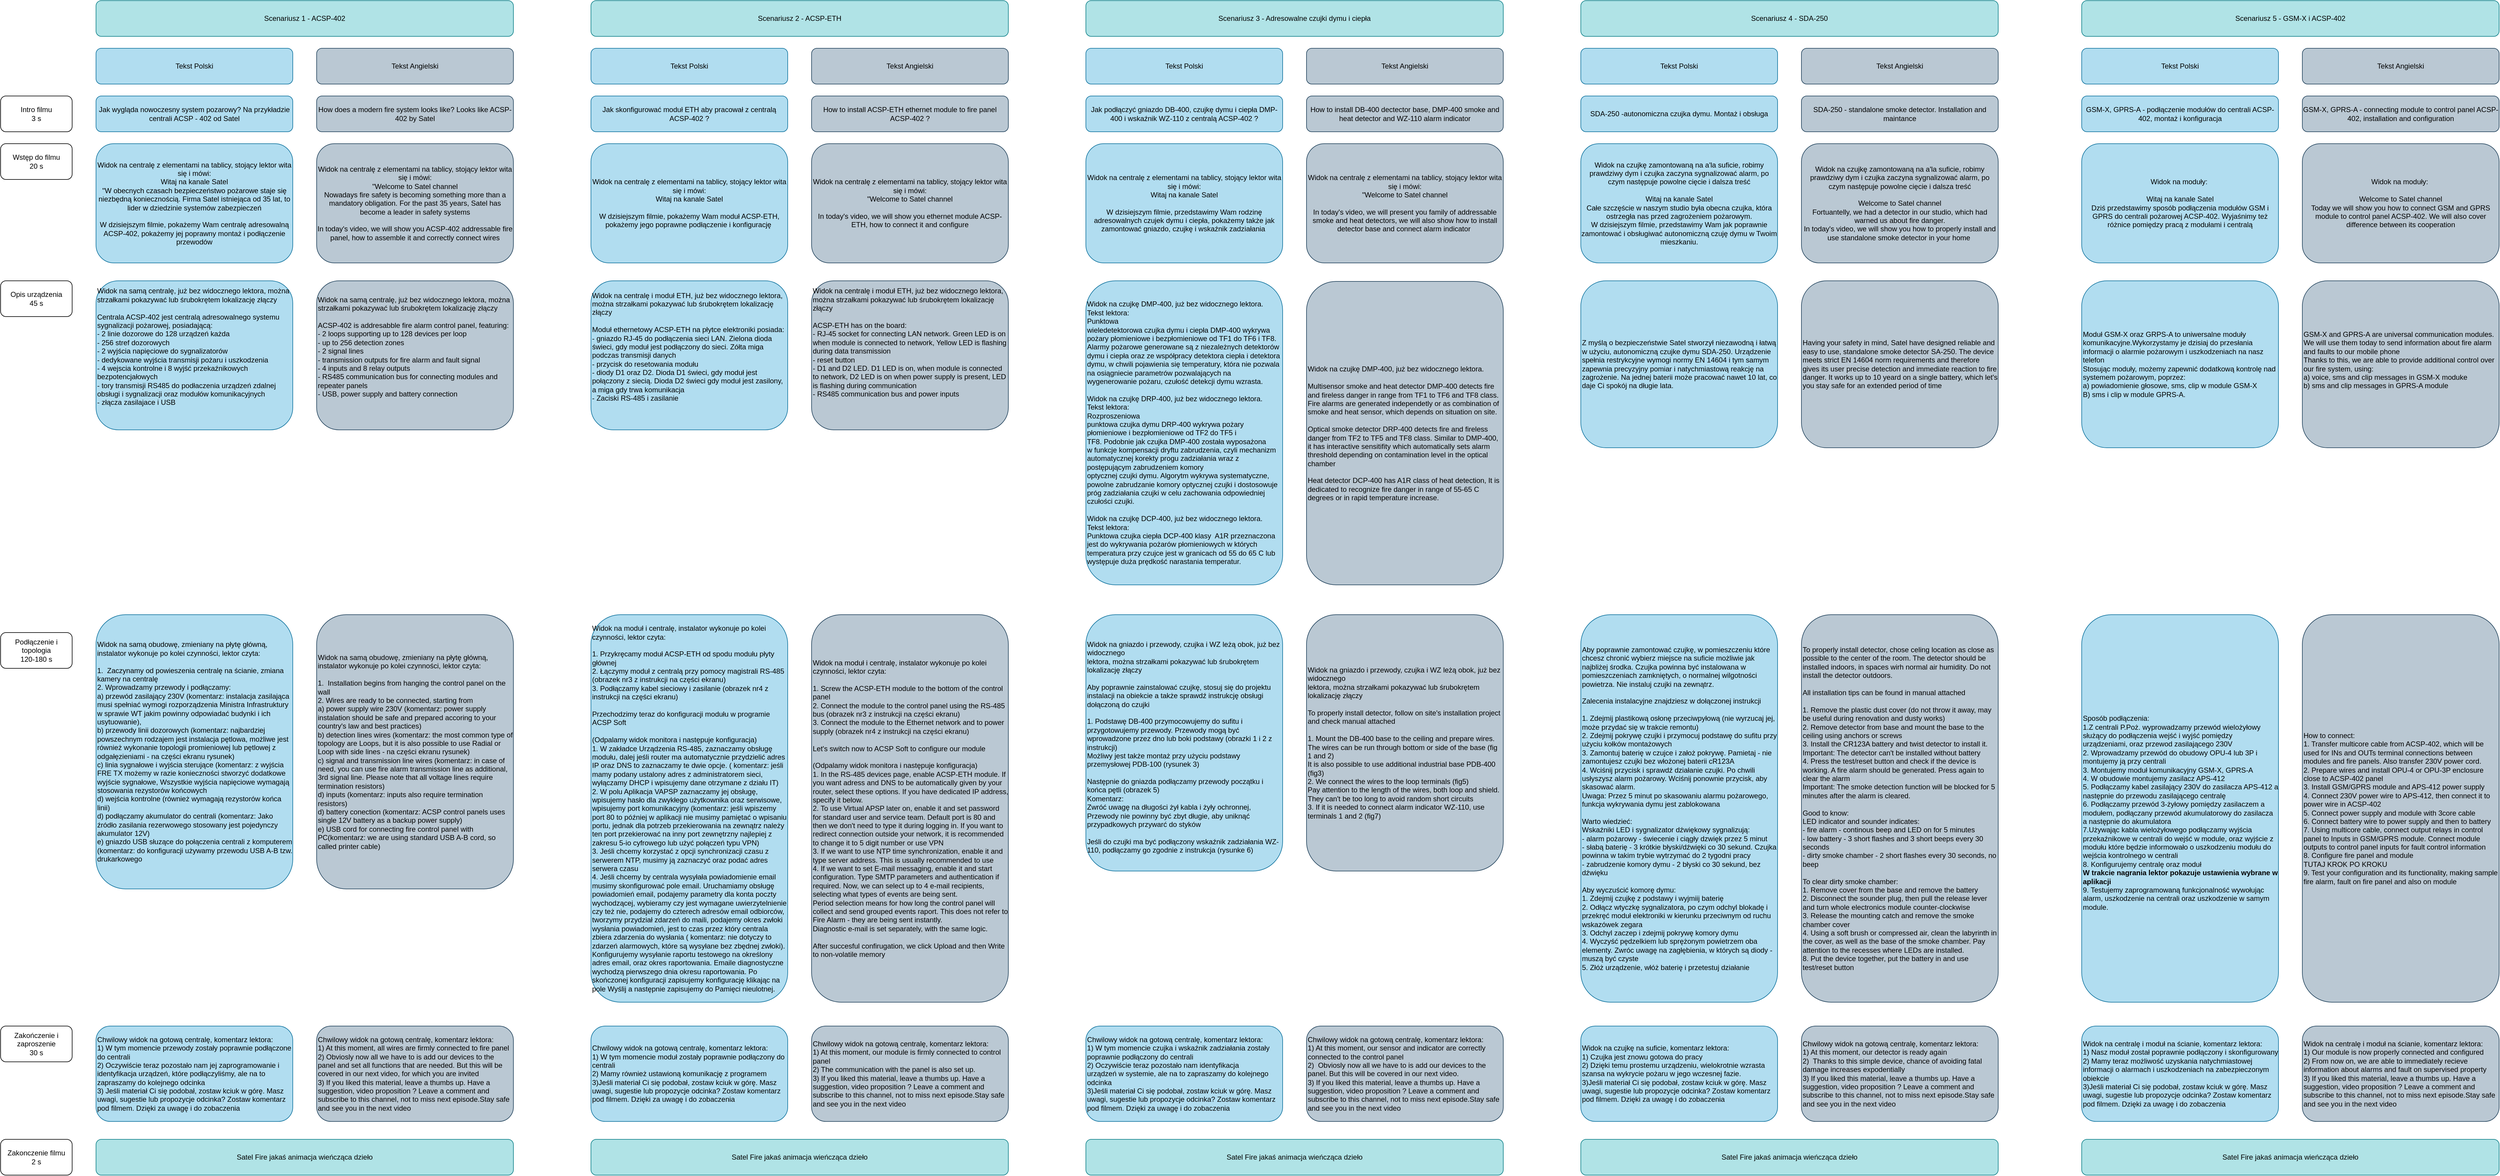
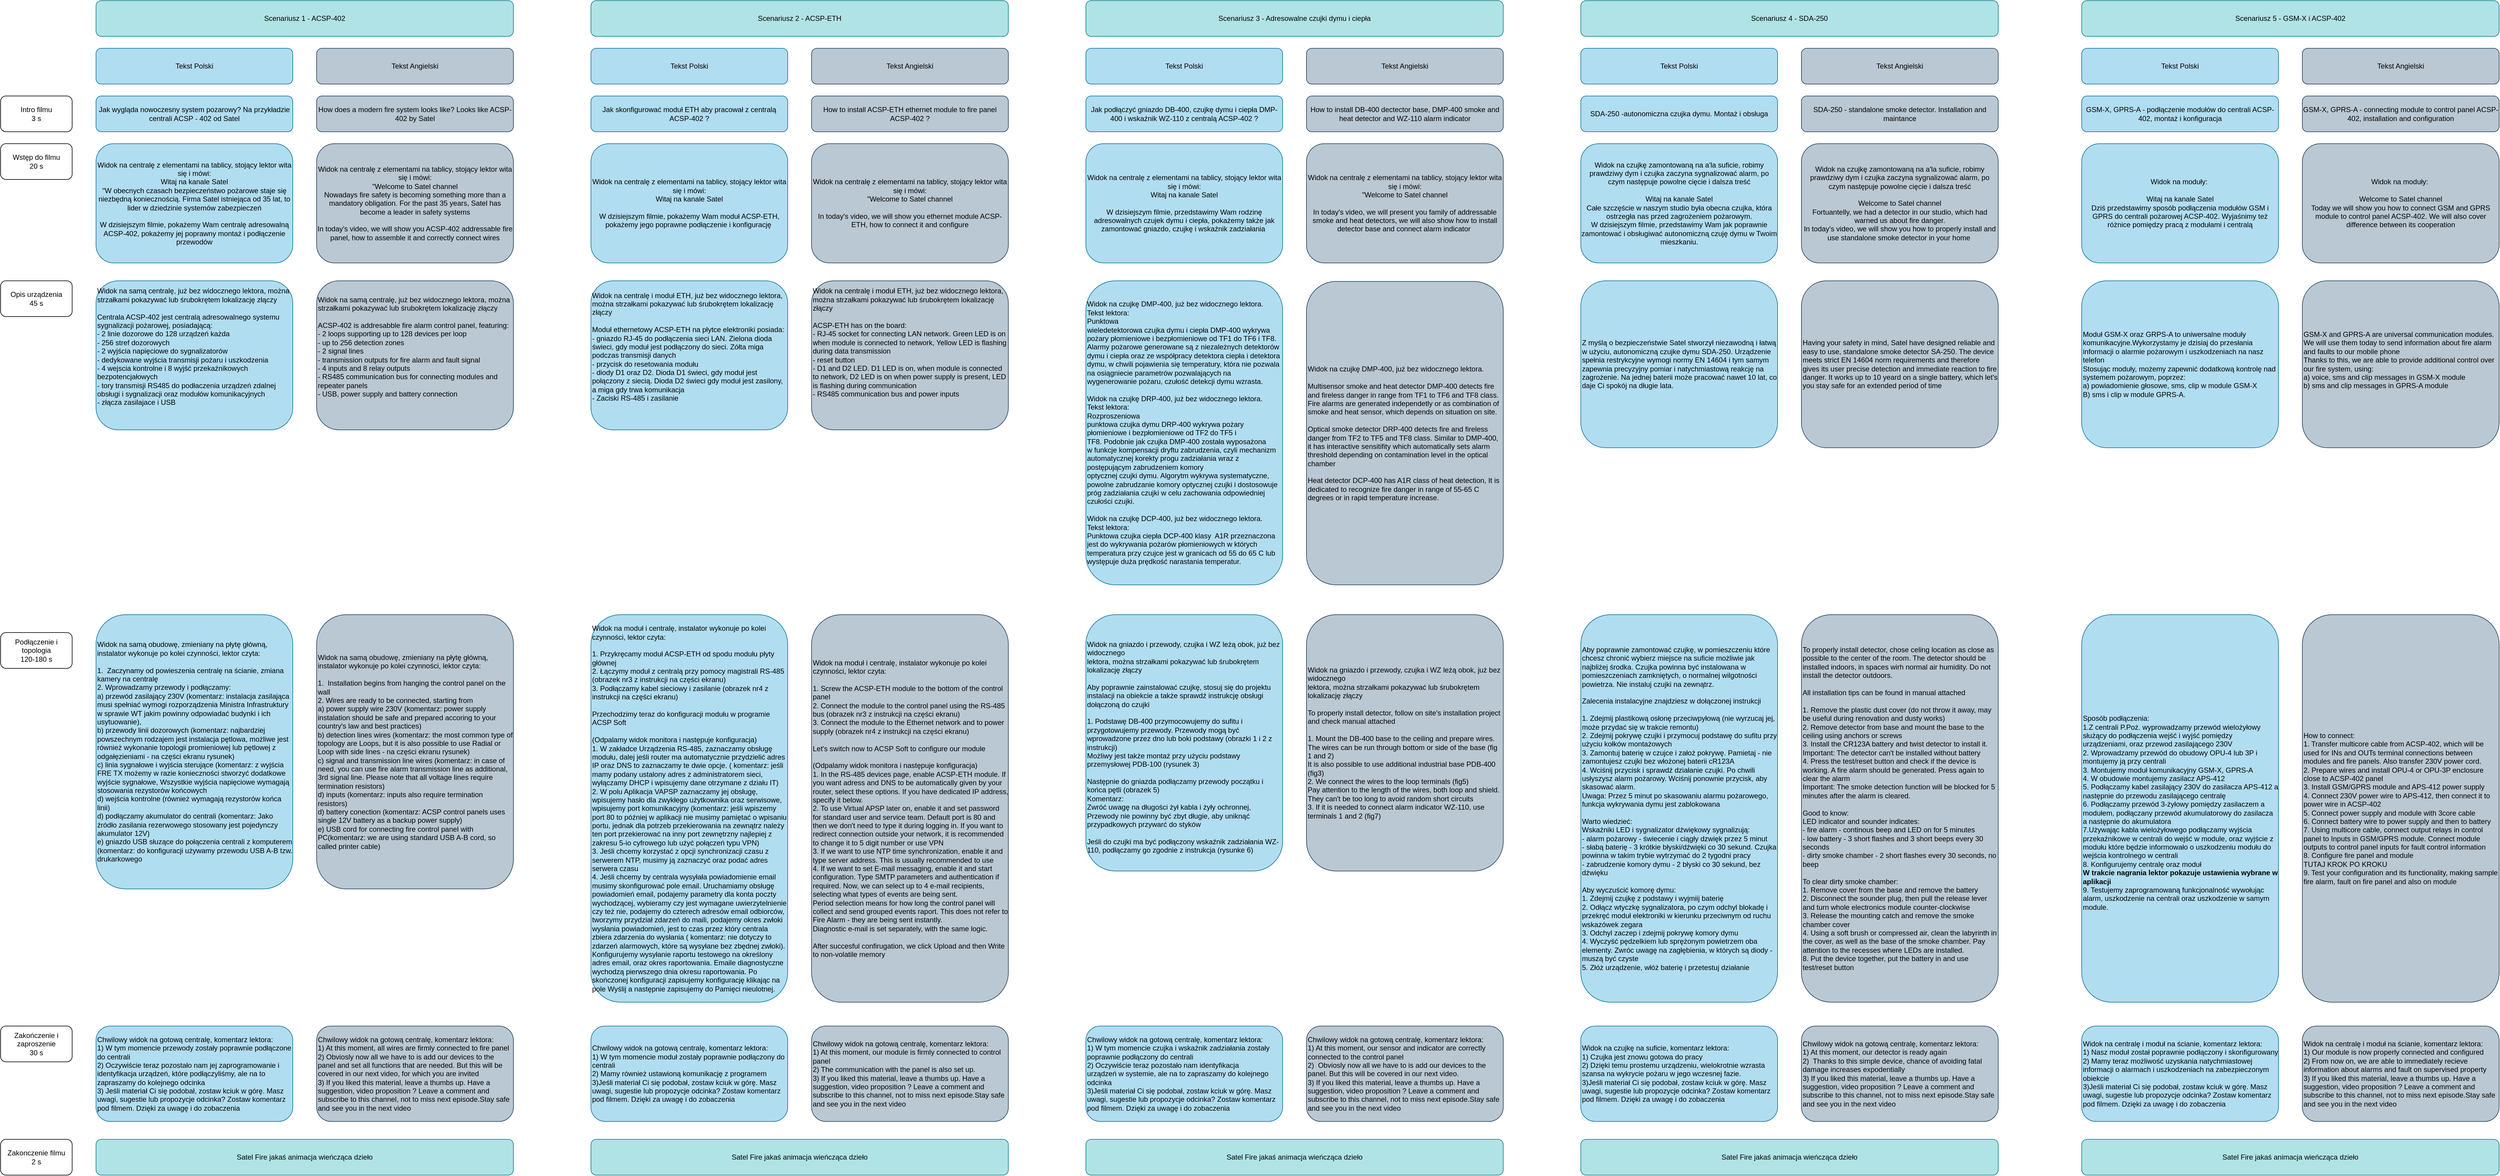
<mxfile host="app.diagrams.net">
  <diagram name="Strona-1" id="z8KAe0LmT8Zc7_pRFNcT">
-     <mxGraphModel dx="520" dy="1884" grid="1" gridSize="10" guides="1" tooltips="1" connect="1" arrows="1" fold="1" page="1" pageScale="1" pageWidth="827" pageHeight="1169" math="0" shadow="0">
+     <mxGraphModel dx="837" dy="2053" grid="1" gridSize="10" guides="1" tooltips="1" connect="1" arrows="1" fold="1" page="1" pageScale="1" pageWidth="827" pageHeight="1169" math="0" shadow="0">
      <root>
        <mxCell id="0" />
        <mxCell id="1" parent="0" />
        <mxCell id="0EHHFv7u1sgkDXgEne3z-1" parent="1" style="rounded=1;whiteSpace=wrap;html=1;align=left;fillColor=#b1ddf0;strokeColor=#10739e;" value="&lt;div align=&quot;left&quot;&gt;Widok na samą obudowę, zmieniany na płytę główną, instalator wykonuje po kolei czynności, lektor czyta:&lt;/div&gt;&lt;div align=&quot;left&quot;&gt;&lt;br&gt;&lt;/div&gt;&lt;div align=&quot;left&quot;&gt;1.&amp;nbsp; Zaczynamy od powieszenia centralę na ścianie, zmiana kamery na centralę&lt;/div&gt;&lt;div align=&quot;left&quot;&gt;2. Wprowadzamy przewody i podłączamy:&amp;nbsp;&lt;/div&gt;&lt;div align=&quot;left&quot;&gt;a) przewód zasilający 230V (komentarz: instalacja zasilająca musi spełniać wymogi rozporządzenia Ministra Infrastruktury w sprawie WT jakim powinny odpowiadać budynki i ich usytuowanie),&amp;nbsp;&lt;/div&gt;&lt;div align=&quot;left&quot;&gt;b) przewody linii dozorowych (komentarz: najbardziej powszechnym rodzajem jest instalacja pętlowa, możliwe jest również wykonanie topologii promieniowej lub pętlowej z odgałęzieniami - na części ekranu rysunek)&lt;/div&gt;&lt;div align=&quot;left&quot;&gt;c) linia sygnałowe i wyjścia sterujące (komentarz: z wyjścia FRE TX możemy w razie konieczności stworzyć dodatkowe wyjście sygnałowe, Wszystkie wyjścia napięciowe wymagają stosowania rezystorów końcowych&lt;/div&gt;&lt;div align=&quot;left&quot;&gt;d) wejścia kontrolne (również wymagają rezystorów końca linii)&lt;/div&gt;&lt;div align=&quot;left&quot;&gt;d) podłączamy akumulator do centrali (komentarz:&amp;nbsp;Jako źródło zasilania rezerwowego stosowany jest pojedynczy akumulator 12V)&lt;/div&gt;&lt;div align=&quot;left&quot;&gt;e) gniazdo USB słuzące do połączenia centrali z komputerem (komentarz: do konfiguracji używamy przewodu USB A-B tzw. drukarkowego&lt;/div&gt;" vertex="1">
          <mxGeometry height="460" width="330" x="1080" y="910" as="geometry" />
        </mxCell>
        <mxCell id="0EHHFv7u1sgkDXgEne3z-2" parent="1" style="rounded=1;whiteSpace=wrap;html=1;fillColor=#b1ddf0;strokeColor=#10739e;" value="&lt;div&gt;Jak wygląda nowoczesny system pozarowy? Na przykładzie centrali ACSP - 402 od Satel&lt;/div&gt;" vertex="1">
          <mxGeometry height="60" width="330" x="1080" y="40" as="geometry" />
        </mxCell>
        <mxCell id="0EHHFv7u1sgkDXgEne3z-3" parent="1" style="rounded=1;whiteSpace=wrap;html=1;" value="&lt;div&gt;Wstęp do filmu&lt;/div&gt;&lt;div&gt;20 s&lt;/div&gt;" vertex="1">
          <mxGeometry height="60" width="120" x="920" y="120" as="geometry" />
        </mxCell>
        <mxCell id="0EHHFv7u1sgkDXgEne3z-4" parent="1" style="rounded=1;whiteSpace=wrap;html=1;fillColor=#b1ddf0;strokeColor=#10739e;" value="&lt;div&gt;Widok na centralę z elementami na tablicy, stojący lektor wita się i mówi:&lt;/div&gt;&lt;div&gt;Witaj na kanale Satel&lt;/div&gt;&lt;div&gt;&quot;W obecnych czasach bezpieczeństwo pożarowe staje się niezbędną koniecznością. Firma Satel istniejąca od 35 lat, to lider w dziedzinie systemów zabezpieczeń&lt;/div&gt;&lt;div&gt;&lt;br&gt;&lt;/div&gt;&lt;div&gt;W dzisiejszym filmie, pokażemy Wam centralę adresowalną ACSP-402, pokażemy jej poprawny montaż i podłączenie przewodów&lt;/div&gt;" vertex="1">
          <mxGeometry height="200" width="330" x="1080" y="120" as="geometry" />
        </mxCell>
        <mxCell id="0EHHFv7u1sgkDXgEne3z-5" parent="1" style="rounded=1;whiteSpace=wrap;html=1;" value="&lt;div&gt;Opis urządzenia&lt;/div&gt;&lt;div&gt;45 s&lt;/div&gt;" vertex="1">
          <mxGeometry height="60" width="120" x="920" y="350" as="geometry" />
        </mxCell>
        <mxCell id="0EHHFv7u1sgkDXgEne3z-6" parent="1" style="rounded=1;whiteSpace=wrap;html=1;align=left;fillColor=#b1ddf0;strokeColor=#10739e;" value="&lt;div align=&quot;left&quot;&gt;Widok na samą centralę, już bez widocznego lektora, można strzałkami pokazywać lub śrubokrętem lokalizację złączy&lt;/div&gt;&lt;div align=&quot;left&quot;&gt;&lt;br&gt;&lt;/div&gt;&lt;div align=&quot;left&quot;&gt;Centrala ACSP-402 jest centralą adresowalnego systemu sygnalizacji pożarowej, posiadającą:&lt;/div&gt;&lt;div align=&quot;left&quot;&gt;- 2 linie dozorowe do 128 urządzeń każda&lt;/div&gt;&lt;div align=&quot;left&quot;&gt;- 256 stref dozorowych&lt;/div&gt;&lt;div align=&quot;left&quot;&gt;- 2 wyjścia napięciowe do sygnalizatorów&lt;/div&gt;&lt;div align=&quot;left&quot;&gt;- dedykowane wyjścia transmisji pożaru i uszkodzenia&lt;/div&gt;&lt;div align=&quot;left&quot;&gt;- 4 wejscia kontrolne i 8 wyjść przekaźnikowych bezpotencjałowych&lt;/div&gt;&lt;div align=&quot;left&quot;&gt;- tory transmisji RS485 do podłaczenia urządzeń zdalnej obsługi i sygnalizacji oraz modułów komunikacyjnych&amp;nbsp;&lt;/div&gt;&lt;div align=&quot;left&quot;&gt;- złącza zasilajace i USB&lt;/div&gt;&lt;div align=&quot;left&quot;&gt;&lt;br&gt;&lt;/div&gt;&lt;div align=&quot;left&quot;&gt;&lt;br&gt;&lt;/div&gt;" vertex="1">
          <mxGeometry height="250" width="330" x="1080" y="350" as="geometry" />
        </mxCell>
        <mxCell id="0EHHFv7u1sgkDXgEne3z-7" parent="1" style="rounded=1;whiteSpace=wrap;html=1;" value="&lt;div&gt;Podłączenie i topologia&lt;/div&gt;&lt;div&gt;120-180 s&lt;/div&gt;" vertex="1">
          <mxGeometry height="60" width="120" x="920" y="940" as="geometry" />
        </mxCell>
        <mxCell id="0EHHFv7u1sgkDXgEne3z-8" parent="1" style="rounded=1;whiteSpace=wrap;html=1;" value="&lt;div&gt;Intro filmu&lt;/div&gt;&lt;div&gt;3 s&lt;/div&gt;" vertex="1">
          <mxGeometry height="60" width="120" x="920" y="40" as="geometry" />
        </mxCell>
        <mxCell id="0EHHFv7u1sgkDXgEne3z-9" parent="1" style="rounded=1;whiteSpace=wrap;html=1;fillColor=#b1ddf0;strokeColor=#10739e;" value="Tekst Polski" vertex="1">
          <mxGeometry height="60" width="330" x="1080" y="-40" as="geometry" />
        </mxCell>
        <mxCell id="0EHHFv7u1sgkDXgEne3z-10" parent="1" style="rounded=1;whiteSpace=wrap;html=1;fillColor=#bac8d3;strokeColor=#23445d;" value="Tekst Angielski" vertex="1">
          <mxGeometry height="60" width="330" x="1450" y="-40" as="geometry" />
        </mxCell>
        <mxCell id="0EHHFv7u1sgkDXgEne3z-11" parent="1" style="rounded=1;whiteSpace=wrap;html=1;fillColor=#b0e3e6;strokeColor=#0e8088;" value="Scenariusz 1 - ACSP-402" vertex="1">
          <mxGeometry height="60" width="700" x="1080" y="-120" as="geometry" />
        </mxCell>
        <mxCell id="0EHHFv7u1sgkDXgEne3z-12" parent="1" style="rounded=1;whiteSpace=wrap;html=1;" value="&lt;div&gt;Zakończenie i zaproszenie&lt;/div&gt;&lt;div&gt;30 s&lt;/div&gt;" vertex="1">
          <mxGeometry height="60" width="120" x="920" y="1600" as="geometry" />
        </mxCell>
        <mxCell id="0EHHFv7u1sgkDXgEne3z-13" parent="1" style="rounded=1;whiteSpace=wrap;html=1;align=left;fillColor=#b1ddf0;strokeColor=#10739e;" value="&lt;div&gt;Chwilowy widok na gotową centralę, komentarz lektora:&lt;/div&gt;&lt;div&gt;1) W tym momencie przewody zostały poprawnie podłączone do centrali&lt;/div&gt;&lt;div&gt;2) Oczywiście teraz pozostało nam jej zaprogramowanie i identyfikacja urządzeń, które podłączyliśmy, ale na to zapraszamy do kolejnego odcinka&lt;/div&gt;&lt;div&gt;3) Jeśli materiał Ci się podobał, zostaw kciuk w górę. Masz uwagi, sugestie lub propozycje odcinka? Zostaw komentarz pod filmem. Dzięki za uwagę i do zobaczenia&lt;/div&gt;" vertex="1">
          <mxGeometry height="160" width="330" x="1080" y="1600" as="geometry" />
        </mxCell>
        <mxCell id="0EHHFv7u1sgkDXgEne3z-14" parent="1" style="rounded=1;whiteSpace=wrap;html=1;fillColor=#b0e3e6;strokeColor=#0e8088;" value="Satel Fire jakaś animacja wieńcząca dzieło" vertex="1">
          <mxGeometry height="60" width="700" x="1080" y="1790" as="geometry" />
        </mxCell>
        <mxCell id="0EHHFv7u1sgkDXgEne3z-15" parent="1" style="rounded=1;whiteSpace=wrap;html=1;" value="&lt;div&gt;Zakonczenie filmu&lt;/div&gt;&lt;div&gt;2 s&lt;/div&gt;" vertex="1">
          <mxGeometry height="60" width="120" x="920" y="1790" as="geometry" />
        </mxCell>
        <mxCell id="0EHHFv7u1sgkDXgEne3z-16" parent="1" style="rounded=1;whiteSpace=wrap;html=1;align=left;fillColor=#bac8d3;strokeColor=#23445d;" value="&lt;div&gt;Chwilowy widok na gotową centralę, komentarz lektora:&lt;/div&gt;&lt;div&gt;1) At this moment, all wires are firmly connected to fire panel&lt;/div&gt;&lt;div&gt;2) Obviosly now all we have to is add our devices to the panel and set all functions that are needed. But this will be covered in our next video, for which you are invited&amp;nbsp;&lt;/div&gt;&lt;div&gt;3) If you liked this material, leave a thumbs up. Have a suggestion, video proposition ? Leave a comment and subscribe to this channel, not to miss next episode.Stay safe and see you in the next video&lt;/div&gt;" vertex="1">
          <mxGeometry height="160" width="330" x="1450" y="1600" as="geometry" />
        </mxCell>
        <mxCell id="0EHHFv7u1sgkDXgEne3z-17" parent="1" style="rounded=1;whiteSpace=wrap;html=1;fillColor=#bac8d3;strokeColor=#23445d;" value="How does a modern fire system looks like? Looks like ACSP-402 by Satel" vertex="1">
          <mxGeometry height="60" width="330" x="1450" y="40" as="geometry" />
        </mxCell>
        <mxCell id="0EHHFv7u1sgkDXgEne3z-18" parent="1" style="rounded=1;whiteSpace=wrap;html=1;fillColor=#bac8d3;strokeColor=#23445d;" value="&lt;div&gt;Widok na centralę z elementami na tablicy, stojący lektor wita się i mówi:&lt;/div&gt;&lt;div&gt;&quot;Welcome to Satel channel&lt;/div&gt;&lt;div&gt;Nowadays fire safety is becoming something more than a mandatory obligation. For the past 35 years, Satel has become a leader in safety systems&lt;/div&gt;&lt;div&gt;&lt;br&gt;&lt;/div&gt;&lt;div&gt;In today&#39;s video, we will show you ACSP-402 addressable fire panel, how to assemble it and correctly connect wires&lt;/div&gt;" vertex="1">
          <mxGeometry height="200" width="330" x="1450" y="120" as="geometry" />
        </mxCell>
        <mxCell id="0EHHFv7u1sgkDXgEne3z-19" parent="1" style="rounded=1;whiteSpace=wrap;html=1;align=left;fillColor=#bac8d3;strokeColor=#23445d;" value="&lt;div align=&quot;left&quot;&gt;Widok na samą centralę, już bez widocznego lektora, można strzałkami pokazywać lub śrubokrętem lokalizację złączy&lt;/div&gt;&lt;div align=&quot;left&quot;&gt;&lt;br&gt;&lt;/div&gt;&lt;div align=&quot;left&quot;&gt;ACSP-402&amp;nbsp;is addresabble fire alarm control panel, featuring:&lt;/div&gt;&lt;div align=&quot;left&quot;&gt;- 2 loops supporting up to 128 devices per loop&lt;/div&gt;&lt;div align=&quot;left&quot;&gt;- up to 256 detection zones&lt;/div&gt;&lt;div align=&quot;left&quot;&gt;- 2 signal lines&lt;/div&gt;&lt;div align=&quot;left&quot;&gt;- transmission outputs for fire alarm and fault signal&lt;/div&gt;&lt;div align=&quot;left&quot;&gt;- 4 inputs and 8 relay outputs&lt;/div&gt;&lt;div align=&quot;left&quot;&gt;- RS485 communication bus for connecting modules and repeater panels&amp;nbsp;&lt;/div&gt;&lt;div align=&quot;left&quot;&gt;- USB, power supply and battery connection&lt;/div&gt;&lt;div align=&quot;left&quot;&gt;&lt;br&gt;&lt;/div&gt;&lt;div align=&quot;left&quot;&gt;&lt;br&gt;&lt;/div&gt;" vertex="1">
          <mxGeometry height="250" width="330" x="1450" y="350" as="geometry" />
        </mxCell>
        <mxCell id="0EHHFv7u1sgkDXgEne3z-20" parent="1" style="rounded=1;whiteSpace=wrap;html=1;align=left;fillColor=#bac8d3;strokeColor=#23445d;" value="&lt;div align=&quot;left&quot;&gt;Widok na samą obudowę, zmieniany na płytę główną, instalator wykonuje po kolei czynności, lektor czyta:&lt;/div&gt;&lt;div align=&quot;left&quot;&gt;&lt;br&gt;&lt;/div&gt;&lt;div align=&quot;left&quot;&gt;1.&amp;nbsp; Installation begins from hanging the control panel on the wall&lt;/div&gt;&lt;div align=&quot;left&quot;&gt;2. Wires are ready to be connected, starting from&lt;/div&gt;&lt;div align=&quot;left&quot;&gt;a) power supply wire 230V (komentarz: power supply instalation should be safe and prepared accoring to your country&#39;s law and best practices)&lt;/div&gt;&lt;div align=&quot;left&quot;&gt;b) detection lines wires (komentarz: the most common type of topology are Loops, but it is also possible to use Radial or Loop with side lines - na części ekranu rysunek)&lt;/div&gt;&lt;div align=&quot;left&quot;&gt;c) signal and transmission line wires (komentarz: in case of need, you can use fire alarm transmission line as additional, 3rd signal line. Please note that all voltage lines require termination resistors)&lt;/div&gt;&lt;div align=&quot;left&quot;&gt;d) inputs (komentarz: inputs also require termination resistors)&lt;/div&gt;&lt;div align=&quot;left&quot;&gt;d) battery conection (komentarz: ACSP control panels uses single 12V battery as a backup power supply)&lt;/div&gt;&lt;div align=&quot;left&quot;&gt;e) USB cord for connecting fire control panel with PC(komentarz: we are using standard USB A-B cord, so called printer cable)&lt;/div&gt;" vertex="1">
          <mxGeometry height="460" width="330" x="1450" y="910" as="geometry" />
        </mxCell>
        <mxCell id="6_1prXv-E_gUM5x_UOCS-1" parent="1" style="rounded=1;whiteSpace=wrap;html=1;align=left;fillColor=#b1ddf0;strokeColor=#10739e;" value="&lt;div align=&quot;left&quot;&gt;Widok na moduł i centralę, instalator wykonuje po kolei czynności, lektor czyta:&lt;/div&gt;&lt;div align=&quot;left&quot;&gt;&lt;br&gt;&lt;/div&gt;&lt;div align=&quot;left&quot;&gt;1. Przykręcamy moduł ACSP-ETH od spodu modułu płyty głównej&lt;/div&gt;&lt;div align=&quot;left&quot;&gt;2. Łączymy moduł z centralą przy pomocy magistrali RS-485 (obrazek nr3 z instrukcji na części ekranu)&lt;/div&gt;&lt;div align=&quot;left&quot;&gt;3. Podłączamy kabel sieciowy i zasilanie (obrazek nr4 z instrukcji na części ekranu)&amp;nbsp;&lt;/div&gt;&lt;div align=&quot;left&quot;&gt;&lt;br&gt;&lt;/div&gt;&lt;div align=&quot;left&quot;&gt;Przechodzimy teraz do konfiguracji modułu w programie ACSP Soft&lt;/div&gt;&lt;div align=&quot;left&quot;&gt;&lt;br&gt;&lt;/div&gt;&lt;div align=&quot;left&quot;&gt;(Odpalamy widok monitora i następuje konfiguracja)&lt;/div&gt;&lt;div align=&quot;left&quot;&gt;1. W zakładce Urządzenia RS-485, zaznaczamy obsługę modułu, dalej jeśli router ma automatycznie przydzielić adres IP oraz DNS to zaznaczamy te dwie opcje. ( komentarz: jeśli mamy podany ustalony adres z administratorem sieci, wyłączamy DHCP i wpisujemy dane otrzymane z działu IT)&lt;/div&gt;&lt;div align=&quot;left&quot;&gt;2. W polu Aplikacja VAPSP zaznaczamy jej obsługę, wpisujemy hasło dla zwykłego użytkownika oraz serwisowe, wpisujemy port komunikacyjny (komentarz: jeśli wpiszemy port 80 to później w aplikacji nie musimy pamiętać o wpisaniu portu, jednak dla potrzeb przekierowania na zewnątrz należy ten port przekierować na inny port zewnętrzny najlepiej z zakresu 5-io cyfrowego lub użyć połączeń typu VPN)&lt;/div&gt;&lt;div align=&quot;left&quot;&gt;3. Jeśli chcemy korzystać z opcji synchronizacji czasu z serwerem NTP, musimy ją zaznaczyć oraz podać adres serwera czasu&lt;/div&gt;&lt;div align=&quot;left&quot;&gt;4. Jeśli chcemy by centrala wysyłała powiadomienie email musimy skonfigurować pole email. Uruchamiamy obsługę powiadomień email, podajemy parametry dla konta poczty wychodzącej, wybieramy czy jest wymagane uwierzytelnienie czy też nie, podajemy do czterech adresów email odbiorców, tworzymy przydział zdarzeń do maili, podajemy okres zwłoki wysłania powiadomień, jest to czas przez który centrala zbiera zdarzenia do wysłania ( komentarz: nie dotyczy to zdarzeń alarmowych, które są wysyłane bez zbędnej zwłoki). Konfigurujemy wysyłanie raportu testowego na określony adres email, oraz okres raportowania. Emaile diagnostyczne wychodzą pierwszego dnia okresu raportowania. Po skończonej konfiguracji zapisujemy konfigurację klikając na pole Wyślij a następnie zapisujemy do Pamięci nieulotnej.&lt;/div&gt;" vertex="1">
          <mxGeometry height="650" width="330" x="1910" y="910" as="geometry" />
        </mxCell>
        <mxCell id="6_1prXv-E_gUM5x_UOCS-2" parent="1" style="rounded=1;whiteSpace=wrap;html=1;fillColor=#b1ddf0;strokeColor=#10739e;" value="Jak skonfigurować moduł ETH aby pracował z centralą ACSP-402 ?" vertex="1">
          <mxGeometry height="60" width="330" x="1910" y="40" as="geometry" />
        </mxCell>
        <mxCell id="6_1prXv-E_gUM5x_UOCS-3" parent="1" style="rounded=1;whiteSpace=wrap;html=1;fillColor=#b1ddf0;strokeColor=#10739e;" value="&lt;div&gt;Widok na centralę z elementami na tablicy, stojący lektor wita się i mówi:&lt;/div&gt;&lt;div&gt;Witaj na kanale Satel&lt;/div&gt;&lt;div&gt;&lt;br&gt;&lt;/div&gt;&lt;div&gt;W dzisiejszym filmie, pokażemy Wam moduł ACSP-ETH, pokażemy jego poprawne podłączenie i konfigurację&amp;nbsp;&lt;/div&gt;" vertex="1">
          <mxGeometry height="200" width="330" x="1910" y="120" as="geometry" />
        </mxCell>
        <mxCell id="6_1prXv-E_gUM5x_UOCS-4" parent="1" style="rounded=1;whiteSpace=wrap;html=1;align=left;fillColor=#b1ddf0;strokeColor=#10739e;" value="&lt;div align=&quot;left&quot;&gt;Widok na centralę i moduł ETH, już bez widocznego lektora, można strzałkami pokazywać lub śrubokrętem lokalizację złączy&lt;/div&gt;&lt;div align=&quot;left&quot;&gt;&lt;br&gt;&lt;/div&gt;&lt;div align=&quot;left&quot;&gt;Moduł ethernetowy ACSP-ETH na płytce elektroniki posiada:&lt;/div&gt;&lt;div align=&quot;left&quot;&gt;- gniazdo RJ-45 do podłączenia sieci LAN. Zielona dioda świeci, gdy moduł jest podłączony do sieci. Zółta miga podczas transmisji danych&lt;/div&gt;&lt;div align=&quot;left&quot;&gt;- przycisk do resetowania modułu&lt;/div&gt;&lt;div align=&quot;left&quot;&gt;- diody D1 oraz D2. Dioda D1 świeci, gdy moduł jest połączony z siecią. Dioda D2 świeci gdy moduł jest zasilony, a miga gdy trwa komunikacja&lt;/div&gt;&lt;div align=&quot;left&quot;&gt;- Zaciski RS-485 i zasilanie&lt;/div&gt;&lt;div align=&quot;left&quot;&gt;&lt;br&gt;&lt;/div&gt;&lt;div align=&quot;left&quot;&gt;&lt;br&gt;&lt;/div&gt;" vertex="1">
          <mxGeometry height="250" width="330" x="1910" y="350" as="geometry" />
        </mxCell>
        <mxCell id="6_1prXv-E_gUM5x_UOCS-5" parent="1" style="rounded=1;whiteSpace=wrap;html=1;fillColor=#b1ddf0;strokeColor=#10739e;" value="Tekst Polski" vertex="1">
          <mxGeometry height="60" width="330" x="1910" y="-40" as="geometry" />
        </mxCell>
        <mxCell id="6_1prXv-E_gUM5x_UOCS-6" parent="1" style="rounded=1;whiteSpace=wrap;html=1;fillColor=#bac8d3;strokeColor=#23445d;" value="Tekst Angielski" vertex="1">
          <mxGeometry height="60" width="330" x="2280" y="-40" as="geometry" />
        </mxCell>
        <mxCell id="6_1prXv-E_gUM5x_UOCS-7" parent="1" style="rounded=1;whiteSpace=wrap;html=1;fillColor=#b0e3e6;strokeColor=#0e8088;" value="Scenariusz 2 - ACSP-ETH" vertex="1">
          <mxGeometry height="60" width="700" x="1910" y="-120" as="geometry" />
        </mxCell>
        <mxCell id="6_1prXv-E_gUM5x_UOCS-8" parent="1" style="rounded=1;whiteSpace=wrap;html=1;align=left;fillColor=#b1ddf0;strokeColor=#10739e;" value="&lt;div&gt;Chwilowy widok na gotową centralę, komentarz lektora:&lt;/div&gt;&lt;div&gt;1) W tym momencie moduł zostały poprawnie podłączony do centrali&lt;/div&gt;&lt;div&gt;2) Mamy również ustawioną komunikację z programem&lt;/div&gt;&lt;div&gt;3)Jeśli materiał Ci się podobał, zostaw kciuk w górę. Masz uwagi, sugestie lub propozycje odcinka? Zostaw komentarz pod filmem. Dzięki za uwagę i do zobaczenia&lt;/div&gt;" vertex="1">
          <mxGeometry height="160" width="330" x="1910" y="1600" as="geometry" />
        </mxCell>
        <mxCell id="6_1prXv-E_gUM5x_UOCS-9" parent="1" style="rounded=1;whiteSpace=wrap;html=1;fillColor=#b0e3e6;strokeColor=#0e8088;" value="Satel Fire jakaś animacja wieńcząca dzieło" vertex="1">
          <mxGeometry height="60" width="700" x="1910" y="1790" as="geometry" />
        </mxCell>
        <mxCell id="6_1prXv-E_gUM5x_UOCS-10" parent="1" style="rounded=1;whiteSpace=wrap;html=1;align=left;fillColor=#bac8d3;strokeColor=#23445d;" value="&lt;div&gt;Chwilowy widok na gotową centralę, komentarz lektora:&lt;/div&gt;&lt;div&gt;1) At this moment, our module is firmly connected to control panel&lt;/div&gt;&lt;div&gt;2) The communication with the panel is also set up.&lt;/div&gt;&lt;div&gt;3) If you liked this material, leave a thumbs up. Have a suggestion, video proposition ? Leave a comment and subscribe to this channel, not to miss next episode.Stay safe and see you in the next video&lt;/div&gt;" vertex="1">
          <mxGeometry height="160" width="330" x="2280" y="1600" as="geometry" />
        </mxCell>
        <mxCell id="6_1prXv-E_gUM5x_UOCS-11" parent="1" style="rounded=1;whiteSpace=wrap;html=1;fillColor=#bac8d3;strokeColor=#23445d;" value="How to install ACSP-ETH ethernet module to fire panel ACSP-402 ?" vertex="1">
          <mxGeometry height="60" width="330" x="2280" y="40" as="geometry" />
        </mxCell>
        <mxCell id="6_1prXv-E_gUM5x_UOCS-12" parent="1" style="rounded=1;whiteSpace=wrap;html=1;fillColor=#bac8d3;strokeColor=#23445d;" value="&lt;div&gt;Widok na centralę z elementami na tablicy, stojący lektor wita się i mówi:&lt;/div&gt;&lt;div&gt;&quot;Welcome to Satel channel&lt;/div&gt;&lt;div&gt;&lt;br&gt;&lt;/div&gt;&lt;div&gt;In today&#39;s video, we will show you ethernet module ACSP-ETH, how to connect it and configure&lt;/div&gt;" vertex="1">
          <mxGeometry height="200" width="330" x="2280" y="120" as="geometry" />
        </mxCell>
        <mxCell id="6_1prXv-E_gUM5x_UOCS-13" parent="1" style="rounded=1;whiteSpace=wrap;html=1;align=left;fillColor=#bac8d3;strokeColor=#23445d;" value="&lt;div align=&quot;left&quot;&gt;Widok na centralę i moduł ETH, już bez widocznego lektora, można strzałkami pokazywać lub śrubokrętem lokalizację złączy&lt;/div&gt;&lt;div align=&quot;left&quot;&gt;&lt;br&gt;&lt;/div&gt;&lt;div align=&quot;left&quot;&gt;ACSP-ETH has on the board:&lt;/div&gt;&lt;div align=&quot;left&quot;&gt;- RJ-45 socket for connecting LAN network. Green LED is on when module is connected to network, Yellow LED is flashing during data transmission&lt;/div&gt;&lt;div align=&quot;left&quot;&gt;- reset button&lt;/div&gt;&lt;div align=&quot;left&quot;&gt;- D1 and D2 LED. D1 LED is on, when module is connected to network, D2 LED is on when power supply is present, LED is flashing during communication&lt;/div&gt;&lt;div align=&quot;left&quot;&gt;-&amp;nbsp;RS485 communication bus and power inputs&lt;/div&gt;&lt;div align=&quot;left&quot;&gt;&lt;br&gt;&lt;/div&gt;&lt;div align=&quot;left&quot;&gt;&lt;br&gt;&lt;br&gt;&lt;/div&gt;" vertex="1">
          <mxGeometry height="250" width="330" x="2280" y="350" as="geometry" />
        </mxCell>
        <mxCell id="6_1prXv-E_gUM5x_UOCS-14" parent="1" style="rounded=1;whiteSpace=wrap;html=1;align=left;fillColor=#bac8d3;strokeColor=#23445d;" value="&lt;br&gt;&lt;div align=&quot;left&quot;&gt;Widok na moduł i centralę, instalator wykonuje po kolei czynności, lektor czyta:&lt;/div&gt;&lt;div align=&quot;left&quot;&gt;&lt;br&gt;&lt;/div&gt;&lt;div align=&quot;left&quot;&gt;1. Screw the ACSP-ETH module to the bottom of the control panel&lt;/div&gt;&lt;div align=&quot;left&quot;&gt;2. Connect the module to the control panel using the RS-485 bus (obrazek nr3 z instrukcji na części ekranu)&lt;div align=&quot;left&quot;&gt;3. Connect the module to the Ethernet network and to power supply (obrazek nr4 z instrukcji na części ekranu)&amp;nbsp;&lt;/div&gt;&lt;/div&gt;&lt;div align=&quot;left&quot;&gt;&lt;br&gt;&lt;/div&gt;&lt;div align=&quot;left&quot;&gt;Let&#39;s switch now to ACSP Soft to configure our module&lt;/div&gt;&lt;div align=&quot;left&quot;&gt;&lt;br&gt;&lt;/div&gt;&lt;div align=&quot;left&quot;&gt;(Odpalamy widok monitora i następuje konfiguracja)&lt;/div&gt;&lt;div align=&quot;left&quot;&gt;1. In the RS-485 devices page, enable ACSP-ETH module. If you want adress and DNS to be automatically given by your router, select these options. If you have dedicated IP address, specify it below.&lt;/div&gt;&lt;div align=&quot;left&quot;&gt;2. To use Virtual APSP later on, enable it and set password for standard user and service team. Default port is 80 and then we don&#39;t need to type it during logging in. If you want to redirect connection outside your network, it is recommended to change it to 5 digit number or use VPN&lt;/div&gt;&lt;div align=&quot;left&quot;&gt;3. If we want to use NTP time synchronization, enable it and type server address. This is usually recommended to use&lt;/div&gt;&lt;div align=&quot;left&quot;&gt;4. If we want to set E-mail messaging, enable it and start configuration. Type SMTP parameters and authentication if required. Now, we can select up to 4 e-mail recipients, selecting what types of events are being sent.&lt;/div&gt;&lt;div align=&quot;left&quot;&gt;Period selection means for how long the control panel will collect and send grouped events raport. This does not refer to Fire Alarm - they are being sent instantly.&lt;/div&gt;&lt;div align=&quot;left&quot;&gt;Diagnostic e-mail is set separately, with the same logic.&lt;/div&gt;&lt;div align=&quot;left&quot;&gt;&lt;br&gt;&lt;/div&gt;&lt;div align=&quot;left&quot;&gt;After succesful confirugation, we click Upload and then Write to non-volatile memory&lt;/div&gt;&lt;div&gt;&lt;br&gt;&lt;/div&gt;" vertex="1">
          <mxGeometry height="650" width="330" x="2280" y="910" as="geometry" />
        </mxCell>
        <mxCell id="0qluF64Sdjj_I7BYTujH-1" parent="1" style="rounded=1;whiteSpace=wrap;html=1;align=left;fillColor=#b1ddf0;strokeColor=#10739e;" value="&lt;br&gt;&lt;div align=&quot;left&quot;&gt;&lt;div&gt;&lt;span style=&quot;background-color: transparent; color: light-dark(rgb(0, 0, 0), rgb(255, 255, 255));&quot;&gt;&lt;br&gt;&lt;/span&gt;&lt;/div&gt;&lt;/div&gt;&lt;div align=&quot;left&quot;&gt;Widok na gniazdo i przewody, czujka i WZ leżą obok, już bez widocznego &lt;br&gt;lektora, można strzałkami pokazywać lub śrubokrętem lokalizację złączy&lt;/div&gt;&lt;div align=&quot;left&quot;&gt;&lt;br&gt;&lt;/div&gt;&lt;div align=&quot;left&quot;&gt;Aby poprawnie zainstalować czujkę, stosuj się do projektu instalacji na obiekcie a także sprawdź instrukcję obsługi dołączoną do czujki&lt;/div&gt;&lt;div align=&quot;left&quot;&gt;&lt;br&gt;&lt;/div&gt;&lt;div align=&quot;left&quot;&gt;1. Podstawę DB-400 przymocowujemy do sufitu i przygotowujemy przewody. Przewody mogą być wprowadzone przez dno lub boki podstawy&amp;nbsp;(obrazki 1 i 2 z instrukcji) &lt;br&gt;Możliwy jest&amp;nbsp;także montaż przy użyciu podstawy przemysłowej PDB-100 (rysunek 3)&lt;/div&gt;&lt;div align=&quot;left&quot;&gt;&lt;br&gt;&lt;/div&gt;&lt;div align=&quot;left&quot;&gt;Następnie do gniazda podłączamy przewody początku i końca pętli (obrazek 5)&amp;nbsp;&amp;nbsp;&lt;/div&gt;&lt;div align=&quot;left&quot;&gt;Komentarz:&lt;/div&gt;&lt;div align=&quot;left&quot;&gt;Zwróć uwagę na długości żył kabla i żyły ochronnej, Przewody nie powinny być zbyt długie, aby uniknąć przypadkowych przywarć do styków&amp;nbsp;&lt;/div&gt;&lt;div align=&quot;left&quot;&gt;&lt;br&gt;&lt;/div&gt;&lt;div align=&quot;left&quot;&gt;Jeśli do czujki ma być podłączony wskaźnik zadziałania WZ-110, podłączamy go zgodnie z instrukcja (rysunke 6)&lt;/div&gt;&lt;div&gt;&lt;br&gt;&lt;/div&gt;" vertex="1">
          <mxGeometry height="430" width="330" x="2740" y="910" as="geometry" />
        </mxCell>
        <mxCell id="0qluF64Sdjj_I7BYTujH-2" parent="1" style="rounded=1;whiteSpace=wrap;html=1;fillColor=#b1ddf0;strokeColor=#10739e;" value="Jak podłączyć gniazdo DB-400, czujkę dymu i ciepła DMP-400 i wskaźnik WZ-110 z centralą ACSP-402 ?" vertex="1">
          <mxGeometry height="60" width="330" x="2740" y="40" as="geometry" />
        </mxCell>
        <mxCell id="0qluF64Sdjj_I7BYTujH-3" parent="1" style="rounded=1;whiteSpace=wrap;html=1;fillColor=#b1ddf0;strokeColor=#10739e;" value="&lt;div&gt;Widok na centralę z elementami na tablicy, stojący lektor wita się i mówi:&lt;/div&gt;&lt;div&gt;Witaj na kanale Satel&lt;/div&gt;&lt;div&gt;&lt;br&gt;&lt;/div&gt;&lt;div&gt;W dzisiejszym filmie, przedstawimy Wam rodzinę adresowalnych czujek dymu i ciepła, pokażemy także jak zamontować gniazdo, czujkę i wskaźnik zadziałania&amp;nbsp;&lt;/div&gt;" vertex="1">
          <mxGeometry height="200" width="330" x="2740" y="120" as="geometry" />
        </mxCell>
        <mxCell id="0qluF64Sdjj_I7BYTujH-4" parent="1" style="rounded=1;whiteSpace=wrap;html=1;align=left;fillColor=#b1ddf0;strokeColor=#10739e;" value="&lt;br&gt;&lt;div align=&quot;left&quot;&gt;&lt;span style=&quot;background-color: transparent; color: light-dark(rgb(0, 0, 0), rgb(255, 255, 255));&quot;&gt;Widok na czujkę DMP-400,&amp;nbsp;&lt;/span&gt;&lt;span style=&quot;background-color: transparent; color: light-dark(rgb(0, 0, 0), rgb(255, 255, 255));&quot;&gt;już bez widocznego lektora.&lt;/span&gt;&lt;/div&gt;&lt;div align=&quot;left&quot;&gt;&lt;span style=&quot;background-color: transparent; color: light-dark(rgb(0, 0, 0), rgb(255, 255, 255));&quot;&gt;Tekst lektora:&lt;/span&gt;&lt;/div&gt;&lt;div align=&quot;left&quot;&gt;&lt;span style=&quot;background-color: transparent; color: light-dark(rgb(0, 0, 0), rgb(255, 255, 255));&quot;&gt;Punktowa&lt;br&gt; wieledetektorowa czujka dymu i ciepła DMP-400 wykrywa pożary płomieniowe i bezpłomieniowe od TF1 do TF6 i TF8. Alarmy pożarowe generowane są z niezależnych detektorów dymu i ciepła oraz ze współpracy detektora ciepła i detektora dymu, w chwili pojawienia się temperatury, która nie pozwala na osiągniecie parametrów pozwalających na wygenerowanie pożaru, czułość detekcji dymu wzrasta.&amp;nbsp;&amp;nbsp;&lt;/span&gt;&lt;/div&gt;&lt;div align=&quot;left&quot;&gt;&lt;span style=&quot;background-color: transparent; color: light-dark(rgb(0, 0, 0), rgb(255, 255, 255));&quot;&gt;&lt;br&gt;&lt;/span&gt;&lt;/div&gt;&lt;div align=&quot;left&quot;&gt;&lt;div align=&quot;left&quot;&gt;&lt;span style=&quot;background-color: transparent; color: light-dark(rgb(0, 0, 0), rgb(255, 255, 255));&quot;&gt;Widok na czujkę DRP-400, &lt;/span&gt;&lt;span style=&quot;background-color: transparent; color: light-dark(rgb(0, 0, 0), rgb(255, 255, 255));&quot;&gt;już bez widocznego lektora.&lt;/span&gt;&lt;/div&gt;&lt;div align=&quot;left&quot;&gt;&lt;span style=&quot;background-color: transparent; color: light-dark(rgb(0, 0, 0), rgb(255, 255, 255));&quot;&gt;Tekst lektora:&lt;/span&gt;&lt;/div&gt;&lt;div align=&quot;left&quot;&gt;&lt;span style=&quot;background-color: transparent; color: light-dark(rgb(0, 0, 0), rgb(255, 255, 255));&quot;&gt;Rozproszeniowa&lt;br&gt; punktowa czujka dymu DRP-400 wykrywa pożary płomieniowe i bezpłomieniowe od TF2 do TF5 i TF8.&amp;nbsp;Podobnie jak czujka DMP-400 została&amp;nbsp;&lt;/span&gt;&lt;span style=&quot;background-color: transparent; color: light-dark(rgb(0, 0, 0), rgb(255, 255, 255));&quot;&gt;wyposażona&lt;br&gt; w funkcje kompensacji dryftu zabrudzenia, czyli mechanizm automatycznej korekty progu zadziałania wraz z postępującym zabrudzeniem komory &lt;br&gt;optycznej czujki dymu. Algorytm wykrywa systematyczne, powolne zabrudzanie komory optycznej czujki i dostosowuje próg zadziałania czujki w celu zachowania odpowiedniej czułości czujki.&amp;nbsp;&lt;/span&gt;&lt;/div&gt;&lt;/div&gt;&lt;div align=&quot;left&quot;&gt;&lt;br&gt;&lt;/div&gt;&lt;div align=&quot;left&quot;&gt;&lt;div align=&quot;left&quot;&gt;&lt;span style=&quot;background-color: transparent; color: light-dark(rgb(0, 0, 0), rgb(255, 255, 255));&quot;&gt;Widok na czujkę DCP-400, &lt;/span&gt;&lt;span style=&quot;background-color: transparent; color: light-dark(rgb(0, 0, 0), rgb(255, 255, 255));&quot;&gt;już bez widocznego lektora.&lt;/span&gt;&lt;/div&gt;&lt;div align=&quot;left&quot;&gt;&lt;span style=&quot;background-color: transparent; color: light-dark(rgb(0, 0, 0), rgb(255, 255, 255));&quot;&gt;Tekst lektora:&lt;/span&gt;&lt;/div&gt;&lt;div&gt;&lt;span style=&quot;background-color: transparent; color: light-dark(rgb(0, 0, 0), rgb(255, 255, 255));&quot;&gt;Punktowa czujka ciepła DCP-400 klasy&amp;nbsp; A1R&amp;nbsp;&lt;/span&gt;&lt;span style=&quot;background-color: transparent; color: light-dark(rgb(0, 0, 0), rgb(255, 255, 255));&quot;&gt;przeznaczona&amp;nbsp;&lt;br&gt; jest do wykrywania pożarów płomieniowych w których temperatura przy czujce jest w granicach od 55 do 65 C lub występuje duża prędkość narastania temperatur.&lt;/span&gt;&lt;/div&gt;&lt;/div&gt;&lt;div align=&quot;left&quot;&gt;&lt;br&gt;&lt;/div&gt;" vertex="1">
          <mxGeometry height="510" width="330" x="2740" y="350" as="geometry" />
        </mxCell>
        <mxCell id="0qluF64Sdjj_I7BYTujH-5" parent="1" style="rounded=1;whiteSpace=wrap;html=1;fillColor=#b1ddf0;strokeColor=#10739e;" value="Tekst Polski" vertex="1">
          <mxGeometry height="60" width="330" x="2740" y="-40" as="geometry" />
        </mxCell>
        <mxCell id="0qluF64Sdjj_I7BYTujH-6" parent="1" style="rounded=1;whiteSpace=wrap;html=1;fillColor=#bac8d3;strokeColor=#23445d;" value="Tekst Angielski" vertex="1">
          <mxGeometry height="60" width="330" x="3110" y="-40" as="geometry" />
        </mxCell>
        <mxCell id="0qluF64Sdjj_I7BYTujH-7" parent="1" style="rounded=1;whiteSpace=wrap;html=1;fillColor=#b0e3e6;strokeColor=#0e8088;" value="Scenariusz 3 - Adresowalne czujki dymu i ciepła" vertex="1">
          <mxGeometry height="60" width="700" x="2740" y="-120" as="geometry" />
        </mxCell>
        <mxCell id="0qluF64Sdjj_I7BYTujH-8" parent="1" style="rounded=1;whiteSpace=wrap;html=1;align=left;fillColor=#b1ddf0;strokeColor=#10739e;" value="&lt;div&gt;Chwilowy widok na gotową centralę, komentarz lektora:&lt;/div&gt;&lt;div&gt;1) W tym momencie czujka i wskaźnik zadziałania zostały poprawnie podłączony do centrali&lt;/div&gt;&lt;div&gt;2)&amp;nbsp;Oczywiście teraz pozostało nam identyfikacja &lt;br/&gt;urządzeń w systemie, ale na to zapraszamy do kolejnego odcinka&lt;/div&gt;&lt;div&gt;3)Jeśli materiał Ci się podobał, zostaw kciuk w górę. Masz uwagi, sugestie lub propozycje odcinka? Zostaw komentarz pod filmem. Dzięki za uwagę i do zobaczenia&lt;/div&gt;" vertex="1">
          <mxGeometry height="160" width="330" x="2740" y="1600" as="geometry" />
        </mxCell>
        <mxCell id="0qluF64Sdjj_I7BYTujH-9" parent="1" style="rounded=1;whiteSpace=wrap;html=1;fillColor=#b0e3e6;strokeColor=#0e8088;" value="Satel Fire jakaś animacja wieńcząca dzieło" vertex="1">
          <mxGeometry height="60" width="700" x="2740" y="1790" as="geometry" />
        </mxCell>
        <mxCell id="0qluF64Sdjj_I7BYTujH-10" parent="1" style="rounded=1;whiteSpace=wrap;html=1;align=left;fillColor=#bac8d3;strokeColor=#23445d;" value="&lt;div&gt;Chwilowy widok na gotową centralę, komentarz lektora:&lt;/div&gt;&lt;div&gt;1) At this moment, our sensor and indicator are correctly connected to the control panel&lt;/div&gt;&lt;div&gt;2)&amp;nbsp; Obviosly now all we have to is add our devices to the panel. But this will be covered in our next video.&lt;/div&gt;&lt;div&gt;3) If you liked this material, leave a thumbs up. Have a suggestion, video proposition ? Leave a comment and subscribe to this channel, not to miss next episode.Stay safe and see you in the next video&lt;/div&gt;" vertex="1">
          <mxGeometry height="160" width="330" x="3110" y="1600" as="geometry" />
        </mxCell>
        <mxCell id="0qluF64Sdjj_I7BYTujH-11" parent="1" style="rounded=1;whiteSpace=wrap;html=1;fillColor=#bac8d3;strokeColor=#23445d;" value="How to install DB-400 dectector base, DMP-400 smoke and heat detector and WZ-110 alarm indicator" vertex="1">
          <mxGeometry height="60" width="330" x="3110" y="40" as="geometry" />
        </mxCell>
        <mxCell id="0qluF64Sdjj_I7BYTujH-12" parent="1" style="rounded=1;whiteSpace=wrap;html=1;fillColor=#bac8d3;strokeColor=#23445d;" value="&lt;div&gt;Widok na centralę z elementami na tablicy, stojący lektor wita się i mówi:&lt;/div&gt;&lt;div&gt;&quot;Welcome to Satel channel&lt;/div&gt;&lt;div&gt;&lt;br&gt;&lt;/div&gt;&lt;div&gt;In today&#39;s video, we will present you family of addressable smoke and heat detectors, we will also show how to install detector base and connect alarm indicator&amp;nbsp;&lt;/div&gt;" vertex="1">
          <mxGeometry height="200" width="330" x="3110" y="120" as="geometry" />
        </mxCell>
        <mxCell id="0qluF64Sdjj_I7BYTujH-13" parent="1" style="rounded=1;whiteSpace=wrap;html=1;align=left;fillColor=#bac8d3;strokeColor=#23445d;" value="&lt;br&gt;&lt;div align=&quot;left&quot;&gt;&lt;span style=&quot;background-color: transparent; color: light-dark(rgb(0, 0, 0), rgb(255, 255, 255));&quot;&gt;Widok na czujkę DMP-400,&amp;nbsp;&lt;/span&gt;&lt;span style=&quot;background-color: transparent; color: light-dark(rgb(0, 0, 0), rgb(255, 255, 255));&quot;&gt;już bez widocznego lektora.&lt;/span&gt;&lt;/div&gt;&lt;div align=&quot;left&quot;&gt;&lt;span style=&quot;background-color: transparent; color: light-dark(rgb(0, 0, 0), rgb(255, 255, 255));&quot;&gt;&lt;br&gt;&lt;/span&gt;&lt;/div&gt;&lt;div align=&quot;left&quot;&gt;&lt;span style=&quot;background-color: transparent; color: light-dark(rgb(0, 0, 0), rgb(255, 255, 255));&quot;&gt;Multisensor smoke and heat detector DMP-400 detects fire and fireless danger in range from TF1 to TF6 and TF8 class.&lt;/span&gt;&lt;/div&gt;&lt;div align=&quot;left&quot;&gt;&lt;span style=&quot;background-color: transparent; color: light-dark(rgb(0, 0, 0), rgb(255, 255, 255));&quot;&gt;Fire alarms are generated independetly or as combination of smoke and heat sensor, which depends on situation on site.&lt;/span&gt;&lt;/div&gt;&lt;div align=&quot;left&quot;&gt;&lt;span style=&quot;background-color: transparent; color: light-dark(rgb(0, 0, 0), rgb(255, 255, 255));&quot;&gt;&lt;br&gt;&lt;/span&gt;&lt;/div&gt;&lt;div align=&quot;left&quot;&gt;&lt;span style=&quot;background-color: transparent; color: light-dark(rgb(0, 0, 0), rgb(255, 255, 255));&quot;&gt;Optical smoke detector DRP-400 detects fire and fireless danger from TF2 to TF5 and TF8 class. Similar to DMP-400, it has interactive sensitifity which automatically sets alarm threshold depending on contamination level in the optical chamber&lt;/span&gt;&lt;/div&gt;&lt;div align=&quot;left&quot;&gt;&lt;span style=&quot;background-color: transparent; color: light-dark(rgb(0, 0, 0), rgb(255, 255, 255));&quot;&gt;&lt;br&gt;&lt;/span&gt;&lt;/div&gt;&lt;div align=&quot;left&quot;&gt;&lt;span style=&quot;background-color: transparent; color: light-dark(rgb(0, 0, 0), rgb(255, 255, 255));&quot;&gt;Heat detector DCP-400 has A1R class of heat detection, It is dedicated to recognize fire danger in range of 55-65 C degrees or in rapid temperature increase.&lt;/span&gt;&lt;/div&gt;&lt;div align=&quot;left&quot;&gt;&lt;span style=&quot;background-color: transparent; color: light-dark(rgb(0, 0, 0), rgb(255, 255, 255));&quot;&gt;&lt;br&gt;&lt;/span&gt;&lt;/div&gt;" vertex="1">
          <mxGeometry height="509" width="330" x="3110" y="351" as="geometry" />
        </mxCell>
        <mxCell id="0qluF64Sdjj_I7BYTujH-14" parent="1" style="rounded=1;whiteSpace=wrap;html=1;align=left;fillColor=#bac8d3;strokeColor=#23445d;" value="&lt;br&gt;&lt;div align=&quot;left&quot;&gt;&lt;div&gt;&lt;span style=&quot;background-color: transparent; color: light-dark(rgb(0, 0, 0), rgb(255, 255, 255));&quot;&gt;&lt;br&gt;&lt;/span&gt;&lt;/div&gt;&lt;/div&gt;&lt;div align=&quot;left&quot;&gt;Widok na gniazdo i przewody, czujka i WZ leżą obok, już bez widocznego &lt;br&gt;lektora, można strzałkami pokazywać lub śrubokrętem lokalizację złączy&lt;/div&gt;&lt;div align=&quot;left&quot;&gt;&lt;br&gt;&lt;/div&gt;&lt;div align=&quot;left&quot;&gt;To properly install detector, follow on site&#39;s installation project and check manual attached&lt;/div&gt;&lt;div align=&quot;left&quot;&gt;&lt;br&gt;&lt;/div&gt;&lt;div align=&quot;left&quot;&gt;1. Mount the DB-400 base to the ceiling and prepare wires. The wires can be run through bottom or side of the base (fig 1 and 2)&lt;/div&gt;&lt;div align=&quot;left&quot;&gt;It is also possible to use additional industrial base PDB-400 (fig3)&lt;/div&gt;&lt;div align=&quot;left&quot;&gt;2. We connect the wires to the loop terminals (fig5)&lt;/div&gt;&lt;div align=&quot;left&quot;&gt;Pay attention to the length of the wires, both loop and shield. They can&#39;t be too long to avoid random short circuits&lt;/div&gt;&lt;div align=&quot;left&quot;&gt;3. If it is needed to connect alarm indicator WZ-110, use terminals 1 and 2 (fig7)&lt;/div&gt;&lt;div&gt;&lt;br&gt;&lt;br&gt;&lt;/div&gt;" vertex="1">
          <mxGeometry height="430" width="330" x="3110" y="910" as="geometry" />
        </mxCell>
        <mxCell id="0qluF64Sdjj_I7BYTujH-15" parent="1" style="rounded=1;whiteSpace=wrap;html=1;align=left;fillColor=#b1ddf0;strokeColor=#10739e;" value="&lt;div&gt;Aby poprawnie zamontować czujkę, w pomieszczeniu które chcesz chronić wybierz miejsce na suficie możliwie jak najbliżej środka. Czujka powinna być instalowana w pomieszczeniach zamkniętych, o normalnej wilgotności powietrza. Nie instaluj czujki na zewnątrz.&lt;/div&gt;&lt;div&gt;&lt;br&gt;&lt;/div&gt;&lt;div&gt;Zalecenia instalacyjne znajdziesz w dołączonej instrukcji&lt;/div&gt;&lt;div&gt;&lt;br&gt;&lt;/div&gt;&lt;div&gt;1. Zdejmij plastikową osłonę przeciwpyłową (nie wyrzucaj jej, może przydać się w trakcie remontu)&lt;/div&gt;&lt;div&gt;2. Zdejmij pokrywę czujki i przymocuj podstawę do sufitu przy użyciu kołków montażowych&amp;nbsp;&lt;/div&gt;&lt;div&gt;3. Zamontuj baterię w czujce i założ pokrywę. Pamietaj - nie zamontujesz czujki bez włożonej baterii cR123A&lt;/div&gt;&lt;div&gt;4. Wciśnij przycisk i sprawdź działanie czujki. Po chwili usłyszysz alarm pożarowy. Wciśnij ponownie przycisk, aby skasować alarm.&lt;/div&gt;&lt;div&gt;Uwaga: Przez 5 minut po skasowaniu alarmu pożarowego, funkcja wykrywania dymu jest zablokowana&lt;/div&gt;&lt;div&gt;&lt;br&gt;&lt;/div&gt;&lt;div&gt;Warto wiedzieć:&lt;/div&gt;&lt;div&gt;Wskaźniki LED i sygnalizator dźwiękowy sygnalizują:&lt;/div&gt;&lt;div&gt;- alarm pożarowy - świecenie i ciągły dzwięk przez 5 minut&lt;/div&gt;&lt;div&gt;- słabą baterię - 3 krótkie błyski/dźwięki co 30 sekund. Czujka powinna w takim trybie wytrzymać do 2 tygodni pracy&lt;/div&gt;&lt;div&gt;- zabrudzenie komory dymu - 2 błyski co 30 sekund, bez dźwięku&lt;/div&gt;&lt;div&gt;&lt;br&gt;&lt;/div&gt;&lt;div&gt;Aby wyczuścić komorę dymu:&lt;/div&gt;&lt;div&gt;1. Zdejmij czujkę z podstawy i wyjmiij baterię&lt;/div&gt;&lt;div&gt;2. Odłącz wtyczkę sygnalizatora, po czym odchyl blokadę i przekręć moduł elektroniki w kierunku przeciwnym od ruchu wskazówek zegara&lt;/div&gt;&lt;div&gt;3. Odchyl zaczep i zdejmij pokrywę komory dymu&lt;/div&gt;&lt;div&gt;4. Wyczyść pędzelkiem lub sprężonym powietrzem oba elementy. Zwróc uwagę na zagłębienia, w których są diody - muszą być czyste&lt;/div&gt;&lt;div&gt;5. Złóż urządzenie, włóż baterię i przetestuj działanie&lt;/div&gt;" vertex="1">
          <mxGeometry height="650" width="330" x="3570" y="910" as="geometry" />
        </mxCell>
        <mxCell id="0qluF64Sdjj_I7BYTujH-16" parent="1" style="rounded=1;whiteSpace=wrap;html=1;fillColor=#b1ddf0;strokeColor=#10739e;" value="SDA-250 -autonomiczna czujka dymu. Montaż i obsługa" vertex="1">
          <mxGeometry height="60" width="330" x="3570" y="40" as="geometry" />
        </mxCell>
        <mxCell id="0qluF64Sdjj_I7BYTujH-17" parent="1" style="rounded=1;whiteSpace=wrap;html=1;fillColor=#b1ddf0;strokeColor=#10739e;" value="&lt;div&gt;Widok na czujkę zamontowaną na a&#39;la suficie, robimy prawdziwy dym i czujka zaczyna sygnalizować alarm, po czym następuje powolne cięcie i dalsza treść&lt;/div&gt;&lt;div&gt;&lt;br&gt;&lt;/div&gt;&lt;div&gt;Witaj na kanale Satel&lt;/div&gt;&lt;div&gt;Całe szczęście w naszym studio była obecna czujka, która ostrzegła nas przed zagrożeniem pożarowym.&lt;/div&gt;&lt;div&gt;W dzisiejszym filmie, przedstawimy Wam jak poprawnie zamontować i obsługiwać autonomiczną czuję dymu w Twoim mieszkaniu.&lt;/div&gt;" vertex="1">
          <mxGeometry height="200" width="330" x="3570" y="120" as="geometry" />
        </mxCell>
        <mxCell id="0qluF64Sdjj_I7BYTujH-18" parent="1" style="rounded=1;whiteSpace=wrap;html=1;align=left;fillColor=#b1ddf0;strokeColor=#10739e;" value="Z myślą o bezpieczeństwie Satel stworzył niezawodną i łatwą w użyciu, autonomiczną czujke dymu SDA-250. Urządzenie spełnia restrykcyjne wymogi normy EN 14604 i tym samym zapewnia precyzyjny pomiar i natychmiastową reakcję na zagrożenie. Na jednej baterii może pracować nawet 10 lat, co daje Ci spokój na długie lata." vertex="1">
          <mxGeometry height="280" width="330" x="3570" y="350" as="geometry" />
        </mxCell>
        <mxCell id="0qluF64Sdjj_I7BYTujH-19" parent="1" style="rounded=1;whiteSpace=wrap;html=1;fillColor=#b1ddf0;strokeColor=#10739e;" value="Tekst Polski" vertex="1">
          <mxGeometry height="60" width="330" x="3570" y="-40" as="geometry" />
        </mxCell>
        <mxCell id="0qluF64Sdjj_I7BYTujH-20" parent="1" style="rounded=1;whiteSpace=wrap;html=1;fillColor=#bac8d3;strokeColor=#23445d;" value="Tekst Angielski" vertex="1">
          <mxGeometry height="60" width="330" x="3940" y="-40" as="geometry" />
        </mxCell>
        <mxCell id="0qluF64Sdjj_I7BYTujH-21" parent="1" style="rounded=1;whiteSpace=wrap;html=1;fillColor=#b0e3e6;strokeColor=#0e8088;" value="Scenariusz 4 - SDA-250" vertex="1">
          <mxGeometry height="60" width="700" x="3570" y="-120" as="geometry" />
        </mxCell>
        <mxCell id="0qluF64Sdjj_I7BYTujH-22" parent="1" style="rounded=1;whiteSpace=wrap;html=1;align=left;fillColor=#b1ddf0;strokeColor=#10739e;" value="&lt;div&gt;Widok na czujkę na suficie, komentarz lektora:&lt;/div&gt;&lt;div&gt;1) Czujka jest znowu gotowa do pracy&amp;nbsp;&lt;/div&gt;&lt;div&gt;2) Dzięki temu prostemu urządzeniu, wielokrotnie wzrasta szansa na wykrycie pożaru w jego wczesnej fazie.&amp;nbsp;&lt;/div&gt;&lt;div&gt;3)Jeśli materiał Ci się podobał, zostaw kciuk w górę. Masz uwagi, sugestie lub propozycje odcinka? Zostaw komentarz pod filmem. Dzięki za uwagę i do zobaczenia&lt;/div&gt;" vertex="1">
          <mxGeometry height="160" width="330" x="3570" y="1600" as="geometry" />
        </mxCell>
        <mxCell id="0qluF64Sdjj_I7BYTujH-23" parent="1" style="rounded=1;whiteSpace=wrap;html=1;fillColor=#b0e3e6;strokeColor=#0e8088;" value="Satel Fire jakaś animacja wieńcząca dzieło" vertex="1">
          <mxGeometry height="60" width="700" x="3570" y="1790" as="geometry" />
        </mxCell>
        <mxCell id="0qluF64Sdjj_I7BYTujH-24" parent="1" style="rounded=1;whiteSpace=wrap;html=1;align=left;fillColor=#bac8d3;strokeColor=#23445d;" value="&lt;div&gt;Chwilowy widok na gotową centralę, komentarz lektora:&lt;/div&gt;&lt;div&gt;1) At this moment, our detector is ready again&lt;/div&gt;&lt;div&gt;2)&amp;nbsp; Thanks to this simple device, chance of avoiding fatal damage increases expodentially&lt;/div&gt;&lt;div&gt;3) If you liked this material, leave a thumbs up. Have a suggestion, video proposition ? Leave a comment and subscribe to this channel, not to miss next episode.Stay safe and see you in the next video&lt;/div&gt;" vertex="1">
          <mxGeometry height="160" width="330" x="3940" y="1600" as="geometry" />
        </mxCell>
        <mxCell id="0qluF64Sdjj_I7BYTujH-25" parent="1" style="rounded=1;whiteSpace=wrap;html=1;fillColor=#bac8d3;strokeColor=#23445d;" value="SDA-250 - standalone smoke detector. Installation and maintance" vertex="1">
          <mxGeometry height="60" width="330" x="3940" y="40" as="geometry" />
        </mxCell>
        <mxCell id="0qluF64Sdjj_I7BYTujH-26" parent="1" style="rounded=1;whiteSpace=wrap;html=1;fillColor=#bac8d3;strokeColor=#23445d;" value="&lt;div&gt;Widok na czujkę zamontowaną na a&#39;la suficie, robimy prawdziwy dym i czujka zaczyna sygnalizować alarm, po czym następuje powolne cięcie i dalsza treść&lt;/div&gt;&lt;div&gt;&lt;br&gt;&lt;/div&gt;&lt;div&gt;Welcome to Satel channel&lt;/div&gt;&lt;div&gt;Fortuantelly, we had a detector in our studio, which had warned us about fire danger.&lt;/div&gt;&lt;div&gt;In today&#39;s video, we will show you how to properly install and use standalone smoke detector in your home&amp;nbsp;&lt;/div&gt;" vertex="1">
          <mxGeometry height="200" width="330" x="3940" y="120" as="geometry" />
        </mxCell>
        <mxCell id="0qluF64Sdjj_I7BYTujH-27" parent="1" style="rounded=1;whiteSpace=wrap;html=1;align=left;fillColor=#bac8d3;strokeColor=#23445d;" value="Having your safety in mind, Satel have designed reliable and easy to use, standalone smoke detector SA-250. The device meets strict EN 14604 norm requirements and therefore gives its user precise detection and immediate reaction to fire danger. It works up to 10 yeard on a single battery, which let&#39;s you stay safe for an extended period of time" vertex="1">
          <mxGeometry height="280" width="330" x="3940" y="350" as="geometry" />
        </mxCell>
        <mxCell id="0qluF64Sdjj_I7BYTujH-28" parent="1" style="rounded=1;whiteSpace=wrap;html=1;align=left;fillColor=#bac8d3;strokeColor=#23445d;" value="&lt;div&gt;To properly install detector, chose celing location as close as possible to the center of the room. The detector should be installed indoors, in spaces wirh normal air humidity. Do not install the detector outdoors.&lt;/div&gt;&lt;div&gt;&lt;br&gt;&lt;/div&gt;&lt;div&gt;All installation tips can be found in manual attached&lt;/div&gt;&lt;div&gt;&lt;br&gt;&lt;/div&gt;&lt;div&gt;1. Remove the plastic dust cover (do not throw it away, may be useful during renovation and dusty works)&lt;/div&gt;&lt;div&gt;2. Remove detector from base and mount the base to the ceiling using anchors or screws&lt;/div&gt;&lt;div&gt;3. Install the CR123A battery and twist detector to install it. Important: The detector can&#39;t be installed without battery&lt;/div&gt;&lt;div&gt;4. Press the test/reset button and check if the device is working. A fire alarm should be generated. Press again to clear the alarm&lt;/div&gt;&lt;div&gt;Important: The smoke detection function will be blocked for 5 minutes after the alarm is cleared.&lt;/div&gt;&lt;div&gt;&lt;br&gt;&lt;/div&gt;&lt;div&gt;Good to know:&lt;/div&gt;&lt;div&gt;LED indicator and sounder indicates:&lt;/div&gt;&lt;div&gt;- fire alarm - continous beep and LED on for 5 minutes&lt;/div&gt;&lt;div&gt;- low battery - 3 short flashes and 3 short beeps every 30 seconds&lt;/div&gt;&lt;div&gt;- dirty smoke chamber - 2 short flashes every 30 seconds, no beep&lt;/div&gt;&lt;div&gt;&lt;br&gt;&lt;/div&gt;&lt;div&gt;To clear dirty smoke chamber:&lt;/div&gt;&lt;div&gt;1. Remove cover from the base and remove the battery&lt;/div&gt;&lt;div&gt;2. Disconnect the sounder plug, then pull the release lever and turn whole electronics module counter-clockwise&lt;/div&gt;&lt;div&gt;3. Release the mounting catch and remove the smoke chamber cover&lt;/div&gt;&lt;div&gt;4. Using a soft brush or compressed air, clean the labyrinth in the cover, as well as the base of the smoke chamber. Pay attention to the recesses where LEDs are installed.&lt;br&gt;8. Put the device together, put the battery in and use test/reset button&lt;/div&gt;" vertex="1">
          <mxGeometry height="650" width="330" x="3940" y="910" as="geometry" />
        </mxCell>
        <mxCell id="0qluF64Sdjj_I7BYTujH-29" parent="1" style="rounded=1;whiteSpace=wrap;html=1;align=left;fillColor=#b1ddf0;strokeColor=#10739e;" value="&lt;div style=&quot;display: inline-block; font-size: 12px; font-family: Helvetica; color: light-dark(#000000, #ffffff); line-height: 1.2; pointer-events: all; white-space: normal; word-wrap: normal;&quot;&gt;&amp;nbsp;&amp;nbsp;&lt;/div&gt;&lt;br&gt;&lt;div&gt;&lt;br&gt;&lt;/div&gt;&lt;div&gt;Sposób podłączenia:&lt;div style=&quot;forced-color-adjust: none; box-shadow: none !important;&quot;&gt;1.Z centrali P.Poż. wyprowadzamy przewód wielożyłowy służący do podłączenia wejść i wyjść pomiędzy urządzeniami, oraz przewod zasilającego 230V&lt;/div&gt;&lt;div style=&quot;forced-color-adjust: none; box-shadow: none !important;&quot;&gt;2. Wprowadzamy przewód do obudowy OPU-4 lub 3P i montujemy ją przy centrali&lt;/div&gt;&lt;div style=&quot;forced-color-adjust: none; box-shadow: none !important;&quot;&gt;3. Montujemy moduł komunikacyjny GSM-X, GPRS-A&lt;/div&gt;&lt;div style=&quot;forced-color-adjust: none; box-shadow: none !important;&quot;&gt;4. W obudowie montujemy zasilacz APS-412&lt;/div&gt;&lt;div style=&quot;forced-color-adjust: none; box-shadow: none !important;&quot;&gt;5. Podłączamy kabel zasilający 230V do zasilacza APS-412 a następnie do przewodu zasilającego centralę&lt;/div&gt;&lt;div style=&quot;forced-color-adjust: none; box-shadow: none !important;&quot;&gt;6. Podłączamy przewód 3-żyłowy pomiędzy zasilaczem a modułem, podłączany&amp;nbsp;przewód akumulatorowy do zasilacza a następnie do akumulatora&lt;/div&gt;&lt;div style=&quot;forced-color-adjust: none; box-shadow: none !important;&quot;&gt;7.Używając kabla wielożyłowego podłączamy wyjścia przekaźnikowe w centrali do wejść w module, oraz wyjście z modułu które będzie informowało o uszkodzeniu modułu do wejścia kontrolnego w centrali&lt;/div&gt;&lt;div style=&quot;forced-color-adjust: none; box-shadow: none !important;&quot;&gt;8. Konfigurujemy centralę oraz moduł&amp;nbsp;&lt;/div&gt;&lt;div style=&quot;forced-color-adjust: none; box-shadow: none !important;&quot;&gt;&lt;b&gt;W trakcie nagrania lektor pokazuje ustawienia wybrane w aplikacji&lt;/b&gt;&lt;/div&gt;&lt;div style=&quot;forced-color-adjust: none; box-shadow: none !important;&quot;&gt;9. Testujemy zaprogramowaną funkcjonalność wywołując alarm, uszkodzenie na centrali oraz uszkodzenie w samym module.&lt;/div&gt;&lt;br&gt;&lt;/div&gt;" vertex="1">
          <mxGeometry height="650" width="330" x="4410" y="910" as="geometry" />
        </mxCell>
        <mxCell id="0qluF64Sdjj_I7BYTujH-30" parent="1" style="rounded=1;whiteSpace=wrap;html=1;fillColor=#b1ddf0;strokeColor=#10739e;" value="&lt;br&gt;&lt;div style=&quot;display: inline-block; font-size: 12px; font-family: Helvetica; color: light-dark(#000000, #ffffff); line-height: 1.2; pointer-events: all; white-space: normal; word-wrap: normal;&quot;&gt;GSM-X, GPRS-A - podłączenie modułów do centrali ACSP-402, montaż i konfiguracja&lt;/div&gt;&lt;div&gt;&lt;br/&gt;&lt;/div&gt;" vertex="1">
          <mxGeometry height="60" width="330" x="4410" y="40" as="geometry" />
        </mxCell>
        <mxCell id="0qluF64Sdjj_I7BYTujH-31" parent="1" style="rounded=1;whiteSpace=wrap;html=1;fillColor=#b1ddf0;strokeColor=#10739e;" value="&lt;div&gt;Widok na moduły:&amp;nbsp;&lt;/div&gt;&lt;div&gt;&lt;br&gt;&lt;/div&gt;&lt;div style=&quot;display: inline-block; font-size: 12px; font-family: Helvetica; color: light-dark(#000000, #ffffff); line-height: 1.2; pointer-events: all; white-space: normal; word-wrap: normal;&quot;&gt;&lt;br&gt;&lt;/div&gt;&lt;div style=&quot;display: inline-block; font-size: 12px; font-family: Helvetica; color: light-dark(#000000, #ffffff); line-height: 1.2; pointer-events: all; white-space: normal; word-wrap: normal;&quot;&gt;&lt;br&gt;&lt;/div&gt;&lt;div style=&quot;display: inline-block; font-size: 12px; font-family: Helvetica; color: light-dark(#000000, #ffffff); line-height: 1.2; pointer-events: all; white-space: normal; word-wrap: normal;&quot;&gt;&lt;br&gt;&lt;/div&gt;&lt;div style=&quot;display: inline-block; font-size: 12px; font-family: Helvetica; color: light-dark(#000000, #ffffff); line-height: 1.2; pointer-events: all; white-space: normal; word-wrap: normal;&quot;&gt;&lt;br&gt;&lt;/div&gt;&lt;div style=&quot;display: inline-block; font-size: 12px; font-family: Helvetica; color: light-dark(#000000, #ffffff); line-height: 1.2; pointer-events: all; white-space: normal; word-wrap: normal;&quot;&gt;&lt;br&gt;&lt;/div&gt;&lt;div style=&quot;display: inline-block; font-size: 12px; font-family: Helvetica; color: light-dark(#000000, #ffffff); line-height: 1.2; pointer-events: all; white-space: normal; word-wrap: normal;&quot;&gt;&lt;br&gt;&lt;/div&gt;&lt;div style=&quot;display: inline-block; font-size: 12px; font-family: Helvetica; color: light-dark(#000000, #ffffff); line-height: 1.2; pointer-events: all; white-space: normal; word-wrap: normal;&quot;&gt;&lt;br&gt;&lt;/div&gt;&lt;div style=&quot;display: inline-block; font-size: 12px; font-family: Helvetica; color: light-dark(#000000, #ffffff); line-height: 1.2; pointer-events: all; white-space: normal; word-wrap: normal;&quot;&gt;Witaj na kanale Satel&lt;/div&gt;&lt;div&gt;Dziś przedstawimy&amp;nbsp;sposób podłączenia modułów GSM i GPRS do centrali pożarowej ACSP-402. Wyjaśnimy też różnice pomiędzy pracą z modułami i centralą&lt;/div&gt;" vertex="1">
          <mxGeometry height="200" width="330" x="4410" y="120" as="geometry" />
        </mxCell>
        <mxCell id="0qluF64Sdjj_I7BYTujH-32" parent="1" style="rounded=1;whiteSpace=wrap;html=1;align=left;fillColor=#b1ddf0;strokeColor=#10739e;" value="&lt;div&gt;Moduł GSM-X oraz GRPS-A to uniwersalne moduły komunikacyjne.Wykorzystamy je dzisiaj do przesłania informacji o alarmie pożarowym i uszkodzeniach na nasz telefon&lt;div style=&quot;display: inline-block; font-size: 12px; font-family: Helvetica; color: light-dark(#000000, #ffffff); line-height: 1.2; pointer-events: all; white-space: normal; word-wrap: normal;&quot;&gt;Stosując moduły, możemy zapewnić dodatkową kontrolę nad systemem pożarowym, poprzez:&lt;/div&gt;&lt;/div&gt;&lt;div&gt;&lt;div style=&quot;display: inline-block; font-size: 12px; font-family: Helvetica; color: light-dark(#000000, #ffffff); line-height: 1.2; pointer-events: all; white-space: normal; word-wrap: normal;&quot;&gt;a) powiadomienie głosowe, sms, clip w module GSM-X&lt;/div&gt;&lt;/div&gt;&lt;div&gt;&lt;div style=&quot;display: inline-block; font-size: 12px; font-family: Helvetica; color: light-dark(#000000, #ffffff); line-height: 1.2; pointer-events: all; white-space: normal; word-wrap: normal;&quot;&gt;B) sms i clip w module GPRS-A.&lt;/div&gt;&lt;/div&gt;" vertex="1">
          <mxGeometry height="280" width="330" x="4410" y="350" as="geometry" />
        </mxCell>
        <mxCell id="0qluF64Sdjj_I7BYTujH-33" parent="1" style="rounded=1;whiteSpace=wrap;html=1;fillColor=#b1ddf0;strokeColor=#10739e;" value="Tekst Polski" vertex="1">
          <mxGeometry height="60" width="330" x="4410" y="-40" as="geometry" />
        </mxCell>
        <mxCell id="0qluF64Sdjj_I7BYTujH-34" parent="1" style="rounded=1;whiteSpace=wrap;html=1;fillColor=#bac8d3;strokeColor=#23445d;" value="Tekst Angielski" vertex="1">
          <mxGeometry height="60" width="330" x="4780" y="-40" as="geometry" />
        </mxCell>
        <mxCell id="0qluF64Sdjj_I7BYTujH-35" parent="1" style="rounded=1;whiteSpace=wrap;html=1;fillColor=#b0e3e6;strokeColor=#0e8088;" value="Scenariusz 5 - GSM-X i ACSP-402" vertex="1">
          <mxGeometry height="60" width="700" x="4410" y="-120" as="geometry" />
        </mxCell>
        <mxCell id="0qluF64Sdjj_I7BYTujH-36" parent="1" style="rounded=1;whiteSpace=wrap;html=1;align=left;fillColor=#b1ddf0;strokeColor=#10739e;" value="&lt;div&gt;Widok na centralę i moduł na ścianie, komentarz lektora:&lt;/div&gt;&lt;div&gt;1) Nasz moduł został poprawnie podłączony i skonfigurowany&lt;/div&gt;&lt;div&gt;2) Mamy teraz możliwość uzyskania natychmiastowej informacji o alarmach i uszkodzeniach na zabezpieczonym obiekcie&amp;nbsp;&lt;/div&gt;&lt;div&gt;3)Jeśli materiał Ci się podobał, zostaw kciuk w górę. Masz uwagi, sugestie lub propozycje odcinka? Zostaw komentarz pod filmem. Dzięki za uwagę i do zobaczenia&lt;/div&gt;" vertex="1">
          <mxGeometry height="160" width="330" x="4410" y="1600" as="geometry" />
        </mxCell>
        <mxCell id="0qluF64Sdjj_I7BYTujH-37" parent="1" style="rounded=1;whiteSpace=wrap;html=1;fillColor=#b0e3e6;strokeColor=#0e8088;" value="Satel Fire jakaś animacja wieńcząca dzieło" vertex="1">
          <mxGeometry height="60" width="700" x="4410" y="1790" as="geometry" />
        </mxCell>
        <mxCell id="0qluF64Sdjj_I7BYTujH-38" parent="1" style="rounded=1;whiteSpace=wrap;html=1;align=left;fillColor=#bac8d3;strokeColor=#23445d;" value="&lt;div&gt;Widok na centralę i moduł na ścianie, komentarz lektora:&lt;/div&gt;&lt;div&gt;1) Our module is now properly connected and configured&lt;/div&gt;&lt;div&gt;2) From now on, we are able to immediately recieve information about alarms and fault on supervised property&lt;/div&gt;&lt;div&gt;3) If you liked this material, leave a thumbs up. Have a suggestion, video proposition ? Leave a comment and subscribe to this channel, not to miss next episode.Stay safe and see you in the next video&lt;/div&gt;" vertex="1">
          <mxGeometry height="160" width="330" x="4780" y="1600" as="geometry" />
        </mxCell>
        <mxCell id="0qluF64Sdjj_I7BYTujH-39" parent="1" style="rounded=1;whiteSpace=wrap;html=1;fillColor=#bac8d3;strokeColor=#23445d;" value="&lt;br&gt;&lt;div style=&quot;display: inline-block; font-size: 12px; font-family: Helvetica; color: light-dark(#000000, #ffffff); line-height: 1.2; pointer-events: all; white-space: normal; word-wrap: normal;&quot;&gt;GSM-X, GPRS-A - connecting module to control panel ACSP-402, installation and configuration&lt;/div&gt;&lt;div&gt;&lt;br/&gt;&lt;/div&gt;" vertex="1">
          <mxGeometry height="60" width="330" x="4780" y="40" as="geometry" />
        </mxCell>
        <mxCell id="0qluF64Sdjj_I7BYTujH-40" parent="1" style="rounded=1;whiteSpace=wrap;html=1;fillColor=#bac8d3;strokeColor=#23445d;" value="&lt;div&gt;Widok na moduły:&amp;nbsp;&lt;/div&gt;&lt;div&gt;&lt;br&gt;&lt;/div&gt;&lt;div style=&quot;display: inline-block; font-size: 12px; font-family: Helvetica; color: light-dark(#000000, #ffffff); line-height: 1.2; pointer-events: all; white-space: normal; word-wrap: normal;&quot;&gt;&lt;br&gt;&lt;/div&gt;&lt;div style=&quot;display: inline-block; font-size: 12px; font-family: Helvetica; color: light-dark(#000000, #ffffff); line-height: 1.2; pointer-events: all; white-space: normal; word-wrap: normal;&quot;&gt;&lt;br&gt;&lt;/div&gt;&lt;div style=&quot;display: inline-block; font-size: 12px; font-family: Helvetica; color: light-dark(#000000, #ffffff); line-height: 1.2; pointer-events: all; white-space: normal; word-wrap: normal;&quot;&gt;&lt;br&gt;&lt;/div&gt;&lt;div style=&quot;display: inline-block; font-size: 12px; font-family: Helvetica; color: light-dark(#000000, #ffffff); line-height: 1.2; pointer-events: all; white-space: normal; word-wrap: normal;&quot;&gt;&lt;br&gt;&lt;/div&gt;&lt;div style=&quot;display: inline-block; font-size: 12px; font-family: Helvetica; color: light-dark(#000000, #ffffff); line-height: 1.2; pointer-events: all; white-space: normal; word-wrap: normal;&quot;&gt;&lt;br&gt;&lt;/div&gt;&lt;div style=&quot;display: inline-block; font-size: 12px; font-family: Helvetica; color: light-dark(#000000, #ffffff); line-height: 1.2; pointer-events: all; white-space: normal; word-wrap: normal;&quot;&gt;&lt;br&gt;&lt;/div&gt;&lt;div style=&quot;display: inline-block; font-size: 12px; font-family: Helvetica; color: light-dark(#000000, #ffffff); line-height: 1.2; pointer-events: all; white-space: normal; word-wrap: normal;&quot;&gt;&lt;br&gt;&lt;/div&gt;&lt;div style=&quot;display: inline-block; font-size: 12px; font-family: Helvetica; color: light-dark(#000000, #ffffff); line-height: 1.2; pointer-events: all; white-space: normal; word-wrap: normal;&quot;&gt;Welcome to Satel channel&lt;br&gt;Today we will show you how to connect GSM and GPRS module to control panel ACSP-402. We will also cover difference between its cooperation&lt;/div&gt;" vertex="1">
          <mxGeometry height="200" width="330" x="4780" y="120" as="geometry" />
        </mxCell>
-         <mxCell id="0qluF64Sdjj_I7BYTujH-41" parent="1" style="rounded=1;whiteSpace=wrap;html=1;align=left;fillColor=#bac8d3;strokeColor=#23445d;" value="&lt;div&gt;GSM-X and GPRS-A are universal communication modules. We will use them today to send information about fire alarm and faults to our mobile phone&lt;/div&gt;&lt;div&gt;Thanks to this, we are able to provide additional control over our fire system, using:&lt;/div&gt;&lt;div&gt;a) voice, sms and clip messages in GSM-X moduke&lt;/div&gt;&lt;div&gt;b) sms and clip messages in GPRS-A module&lt;/div&gt;&lt;div&gt;&lt;br&gt;&lt;/div&gt;" vertex="1">
+         <mxCell id="0qluF64Sdjj_I7BYTujH-41" parent="1" style="rounded=1;whiteSpace=wrap;html=1;align=left;fillColor=#bac8d3;strokeColor=#23445d;" value="&lt;div&gt;GSM-X and GPRS-A are universal communication modules. We will use them today to send information about fire alarm and faults to our mobile phone&lt;/div&gt;&lt;div&gt;Thanks to this, we are able to provide additional control over our fire system, using:&lt;/div&gt;&lt;div&gt;a) voice, sms and clip messages in GSM-X module&lt;/div&gt;&lt;div&gt;b) sms and clip messages in GPRS-A module&lt;/div&gt;&lt;div&gt;&lt;br&gt;&lt;/div&gt;" vertex="1">
          <mxGeometry height="280" width="330" x="4780" y="350" as="geometry" />
        </mxCell>
        <mxCell id="0qluF64Sdjj_I7BYTujH-42" parent="1" style="rounded=1;whiteSpace=wrap;html=1;align=left;fillColor=#bac8d3;strokeColor=#23445d;" value="&lt;div&gt;How to connect:&lt;/div&gt;&lt;div&gt;1. Transfer multicore cable from ACSP-402, which will be used for INs and OUTs terminal connections between modules and fire panels. Also transfer 230V power cord.&lt;/div&gt;&lt;div&gt;2. Prepare wires and install OPU-4 or OPU-3P enclosure close to ACSP-402 panel&lt;/div&gt;&lt;div&gt;3. Install GSM/GPRS module and APS-412 power supply&lt;/div&gt;&lt;div&gt;4. Connect 230V power wire to APS-412, then connect it to power wire in ACSP-402&lt;/div&gt;&lt;div&gt;5. Connect power supply and module with 3core cable&lt;/div&gt;&lt;div&gt;6. Connect battery wire to power supply and then to battery&lt;/div&gt;&lt;div&gt;7. Using multicore cable, connect output relays in control panel to Inputs in GSM/GPRS module. Connect module outputs to control panel inputs for fault control information&lt;/div&gt;&lt;div&gt;8. Configure fire panel and module&lt;/div&gt;&lt;div&gt;TUTAJ KROK PO KROKU&lt;/div&gt;&lt;div&gt;9. Test your configuration and its functionality, making sample fire alarm, fault on fire panel and also on module&amp;nbsp;&lt;/div&gt;" vertex="1">
          <mxGeometry height="650" width="330" x="4780" y="910" as="geometry" />
        </mxCell>
      </root>
    </mxGraphModel>
  </diagram>
</mxfile>
